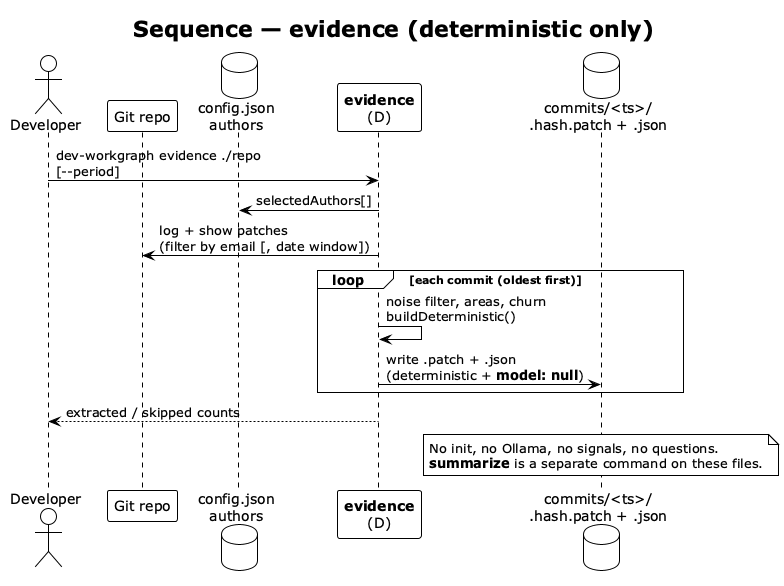
vzakharchenko/dev-workgraph keeps this PlantUML diagram as img/evidence-sequence.png. Above is the earlier version. Its diagram source:
```plantuml
@startuml evidence-sequence
!theme plain
skinparam shadowing false

title Sequence — **evidence** (deterministic only)

actor "Developer" as DEV
participant "Git repo" as GIT
database "config.json\nauthors" as CFG
participant "**evidence**\n(D)" as EVID
database "commits/<ts>/\n.hash.patch + .json" as DISK

DEV -> EVID : dev-workgraph evidence ./repo\n[--period]

EVID -> CFG : selectedAuthors[]
EVID -> GIT : log + show patches\n(filter by email [, date window])

loop each commit (oldest first)
  EVID -> EVID : noise filter, areas, churn\nbuildDeterministic()
  EVID -> DISK : write .patch + .json\n(deterministic + **model: null**)
end

EVID --> DEV : extracted / skipped counts

note over DISK
  No init, no Ollama, no signals, no questions.
  **summarize** is a separate command on these files.
end note

@enduml
```
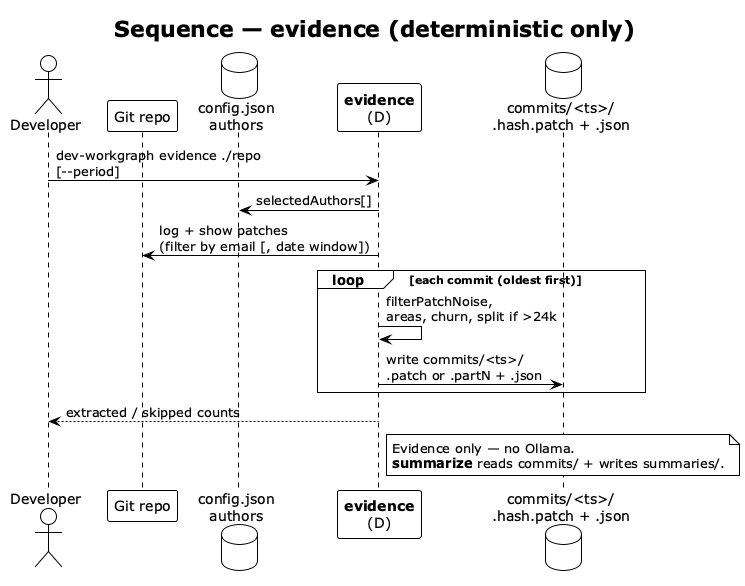
The same diagram one commit later.

What changed in the source:
```diff
@@ -16,15 +16,15 @@
 EVID -> GIT : log + show patches\n(filter by email [, date window])
 
 loop each commit (oldest first)
-  EVID -> EVID : noise filter, areas, churn\nbuildDeterministic()
-  EVID -> DISK : write .patch + .json\n(deterministic + **model: null**)
+  EVID -> EVID : filterPatchNoise,\nareas, churn, split if >24k
+  EVID -> DISK : write commits/<ts>/\n.patch or .partN + .json
 end
 
 EVID --> DEV : extracted / skipped counts
 
 note over DISK
-  No init, no Ollama, no signals, no questions.
-  **summarize** is a separate command on these files.
+  Evidence only — no Ollama.
+  **summarize** reads commits/ + writes summaries/.
 end note
 
 @enduml
```
